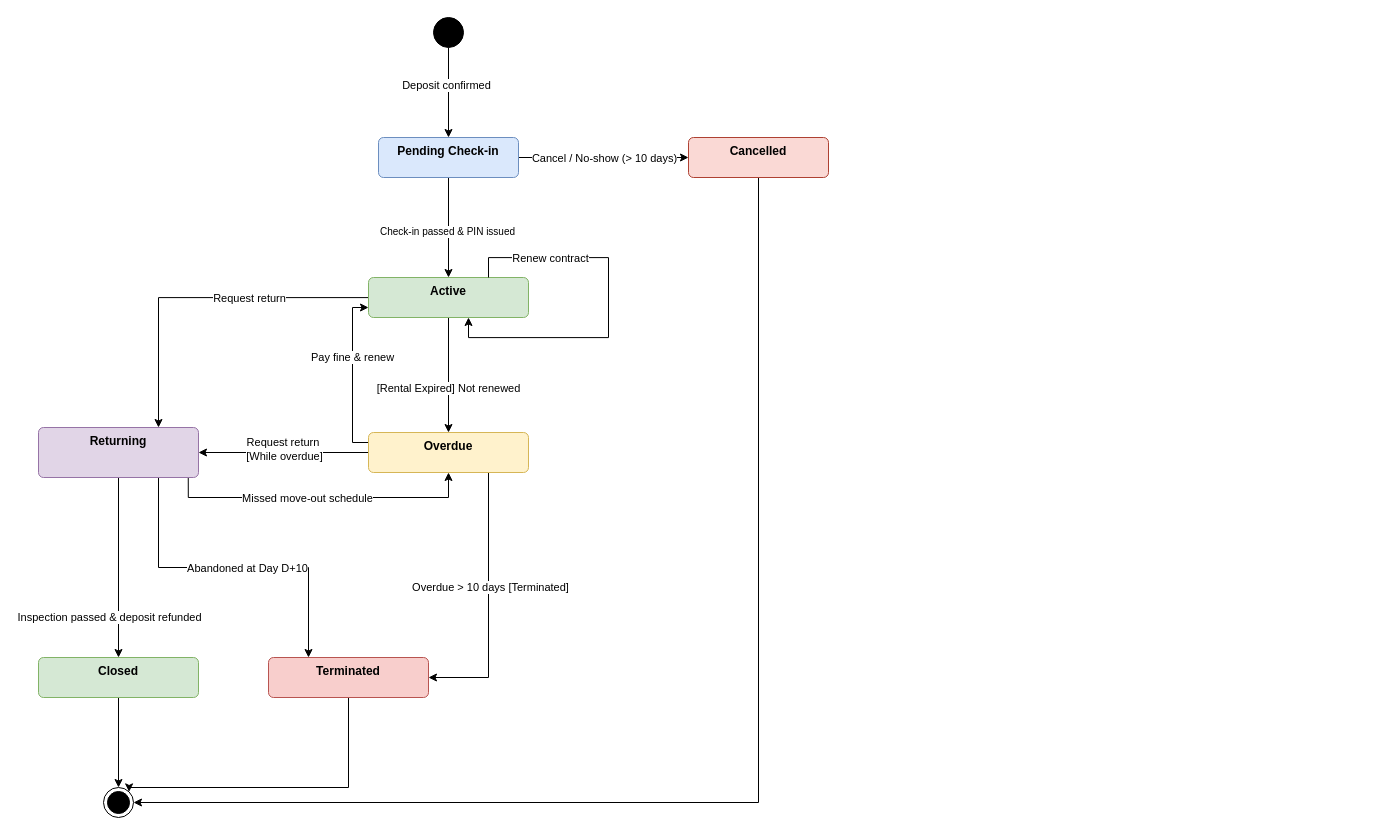
This is docs/diagrams/report/drawio/state-machine-rental-contract.drawio from Nguyen-Van-Gia-Binh/Self-Storage-Facility-Rental-and-Management-System, a draw.io file, before an edit. Source tidied: cells renumbered, new cells numbered last; positions are measured from the earlier drawing's top-left corner, leaving out a move shared by most shapes. Both pictures are drawn from the tidied source at 100%, with x=0, y=0 at pixel (38, 17).
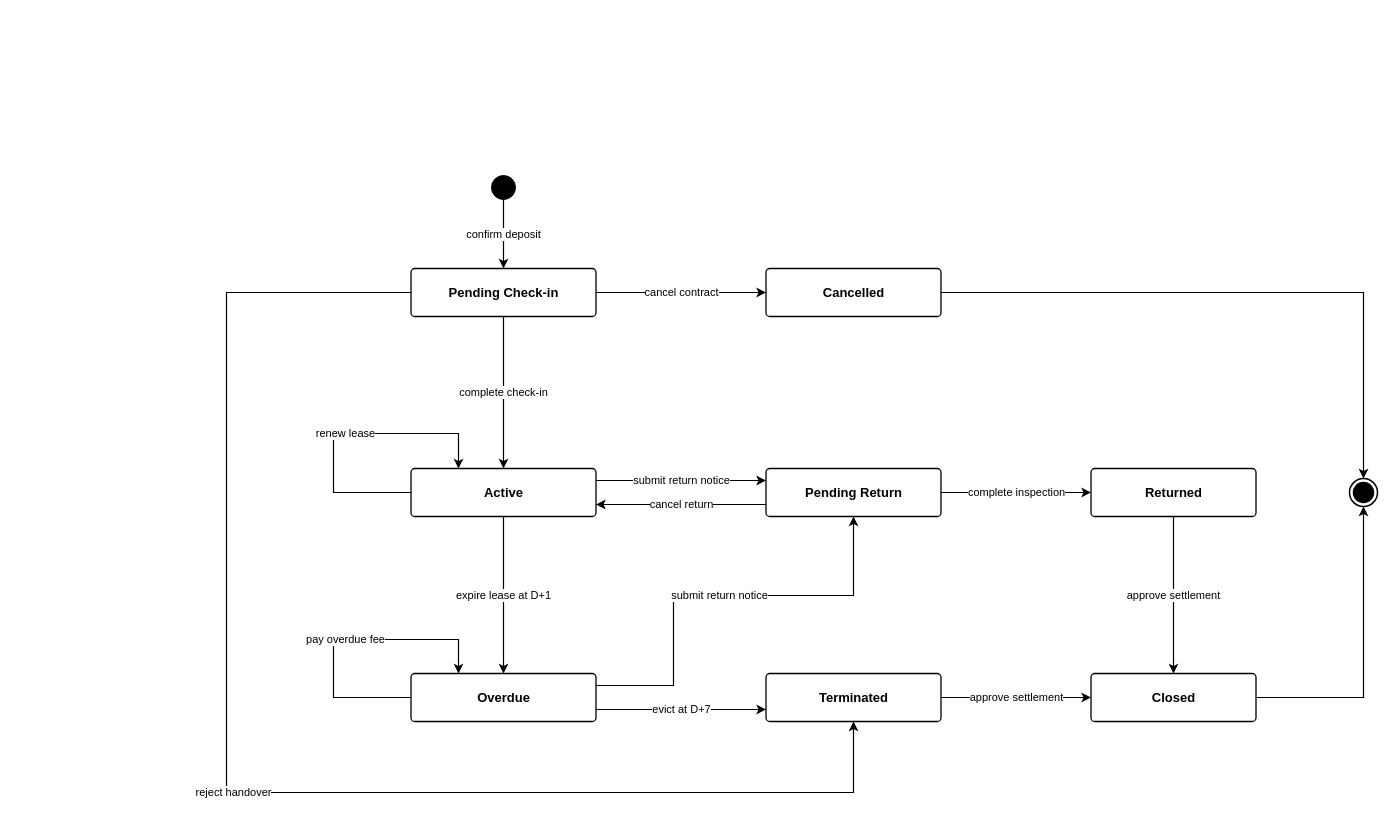
Above is the later version.

The edit, as a diff of the source:
```diff
@@
+    <mxCell id="38" style="ellipse;whiteSpace=wrap;html=1;fillColor=#000000;strokeColor=#000000;" parent="1" vertex="1">
+      <mxGeometry x="453" y="158" width="24" height="24" as="geometry" />
+    </mxCell>
+    <mxCell id="6" value="Pending Check-in" style="rounded=1;arcSize=8;whiteSpace=wrap;html=1;fillColor=#ffffff;strokeColor=#000000;strokeWidth=1.3;fontFamily=Arial;fontSize=13;fontStyle=1;fontColor=#000000;align=center;verticalAlign=middle;" parent="1" vertex="1">
+      <mxGeometry x="372.5" y="251" width="185" height="48" as="geometry" />
+    </mxCell>
+    <mxCell id="11" value="Cancelled" style="rounded=1;arcSize=8;whiteSpace=wrap;html=1;fillColor=#ffffff;strokeColor=#000000;strokeWidth=1.3;fontFamily=Arial;fontSize=13;fontStyle=1;fontColor=#000000;align=center;verticalAlign=middle;" parent="1" vertex="1">
+      <mxGeometry x="727.5" y="251" width="175" height="48" as="geometry" />
+    </mxCell>
+    <mxCell id="16" value="Active" style="rounded=1;arcSize=8;whiteSpace=wrap;html=1;fillColor=#ffffff;strokeColor=#000000;strokeWidth=1.3;fontFamily=Arial;fontSize=13;fontStyle=1;fontColor=#000000;align=center;verticalAlign=middle;" parent="1" vertex="1">
+      <mxGeometry x="372.5" y="451" width="185" height="48" as="geometry" />
+    </mxCell>
+    <mxCell id="39" value="Pending Return" style="rounded=1;arcSize=8;whiteSpace=wrap;html=1;fillColor=#ffffff;strokeColor=#000000;strokeWidth=1.3;fontFamily=Arial;fontSize=13;fontStyle=1;fontColor=#000000;align=center;verticalAlign=middle;" parent="1" vertex="1">
+      <mxGeometry x="727.5" y="451" width="175" height="48" as="geometry" />
+    </mxCell>
+    <mxCell id="40" value="Returned" style="rounded=1;arcSize=8;whiteSpace=wrap;html=1;fillColor=#ffffff;strokeColor=#000000;strokeWidth=1.3;fontFamily=Arial;fontSize=13;fontStyle=1;fontColor=#000000;align=center;verticalAlign=middle;" parent="1" vertex="1">
+      <mxGeometry x="1052.5" y="451" width="165" height="48" as="geometry" />
+    </mxCell>
+    <mxCell id="23" value="Overdue" style="rounded=1;arcSize=8;whiteSpace=wrap;html=1;fillColor=#ffffff;strokeColor=#000000;strokeWidth=1.3;fontFamily=Arial;fontSize=13;fontStyle=1;fontColor=#000000;align=center;verticalAlign=middle;" parent="1" vertex="1">
+      <mxGeometry x="372.5" y="656" width="185" height="48" as="geometry" />
+    </mxCell>
+    <mxCell id="34" value="Terminated" style="rounded=1;arcSize=8;whiteSpace=wrap;html=1;fillColor=#ffffff;strokeColor=#000000;strokeWidth=1.3;fontFamily=Arial;fontSize=13;fontStyle=1;fontColor=#000000;align=center;verticalAlign=middle;" parent="1" vertex="1">
+      <mxGeometry x="727.5" y="656" width="175" height="48" as="geometry" />
+    </mxCell>
+    <mxCell id="32" value="Closed" style="rounded=1;arcSize=8;whiteSpace=wrap;html=1;fillColor=#ffffff;strokeColor=#000000;strokeWidth=1.3;fontFamily=Arial;fontSize=13;fontStyle=1;fontColor=#000000;align=center;verticalAlign=middle;" parent="1" vertex="1">
+      <mxGeometry x="1052.5" y="656" width="165" height="48" as="geometry" />
+    </mxCell>
+    <mxCell id="41" style="ellipse;html=1;shape=endState;fillColor=#000000;strokeColor=#000000;strokeWidth=1.5;" parent="1" vertex="1">
+      <mxGeometry x="1311" y="461" width="28" height="28" as="geometry" />
+    </mxCell>
+    <mxCell id="42" value="confirm deposit" style="edgeStyle=orthogonalEdgeStyle;rounded=0;jettySize=auto;html=1;exitX=0.5;exitY=1;exitDx=0;exitDy=0;entryX=0.5;entryY=0;entryDx=0;entryDy=0;strokeColor=#000000;strokeWidth=1.2;endArrow=classic;endFill=1;fontFamily=Arial;fontSize=11;fontColor=#000000;labelBackgroundColor=#ffffff;labelBorderColor=none;" parent="1" edge="1" source="38" target="6">
+      <mxGeometry relative="1" as="geometry" />
+    </mxCell>
-    <mxCell id="2" style="edgeStyle=orthogonalEdgeStyle;rounded=0;jettySize=auto;html=1;" parent="1" edge="1" source="6" target="11">
+    <mxCell id="2" value="cancel contract" style="edgeStyle=orthogonalEdgeStyle;rounded=0;jettySize=auto;html=1;exitX=1;exitY=0.5;exitDx=0;exitDy=0;entryX=0;entryY=0.5;entryDx=0;entryDy=0;strokeColor=#000000;strokeWidth=1.2;endArrow=classic;endFill=1;fontFamily=Arial;fontSize=11;fontColor=#000000;labelBackgroundColor=#ffffff;labelBorderColor=none;" parent="1" edge="1" source="6" target="11">
       <mxGeometry relative="1" as="geometry" />
     </mxCell>
-    <mxCell id="3" value="Cancel / No-show (&gt; 10 days)" style="edgeLabel;html=1;align=center;verticalAlign=middle;" parent="2" vertex="1">
-      <mxGeometry x="-0.01" relative="1" as="geometry">
-        <mxPoint x="1" as="offset" />
-      </mxGeometry>
-    </mxCell>
+    <mxCell id="43" value="reject handover" style="edgeStyle=orthogonalEdgeStyle;rounded=0;jettySize=auto;html=1;exitX=0;exitY=0.5;exitDx=0;exitDy=0;entryX=0.5;entryY=1;entryDx=0;entryDy=0;strokeColor=#000000;strokeWidth=1.2;endArrow=classic;endFill=1;fontFamily=Arial;fontSize=11;fontColor=#000000;labelBackgroundColor=#ffffff;labelBorderColor=none;" parent="1" edge="1" source="6" target="34">
+      <mxGeometry relative="1" as="geometry">
+        <Array as="points">
+          <mxPoint x="188" y="275" />
+          <mxPoint x="188" y="775" />
+          <mxPoint x="815" y="775" />
+        </Array>
+      </mxGeometry>
+    </mxCell>
-    <mxCell id="4" style="edgeStyle=orthogonalEdgeStyle;rounded=0;jettySize=auto;html=1;entryX=0.5;entryY=0;entryDx=0;entryDy=0;" parent="1" edge="1" source="6" target="16">
+    <mxCell id="4" value="complete check-in" style="edgeStyle=orthogonalEdgeStyle;rounded=0;jettySize=auto;html=1;exitX=0.5;exitY=1;exitDx=0;exitDy=0;entryX=0.5;entryY=0;entryDx=0;entryDy=0;strokeColor=#000000;strokeWidth=1.2;endArrow=classic;endFill=1;fontFamily=Arial;fontSize=11;fontColor=#000000;labelBackgroundColor=#ffffff;labelBorderColor=none;" parent="1" edge="1" source="6" target="16">
       <mxGeometry relative="1" as="geometry" />
     </mxCell>
-    <mxCell id="5" value="Check-in passed &amp;amp; PIN issued" style="edgeLabel;html=1;align=center;verticalAlign=middle;fontSize=10;" parent="4" vertex="1">
-      <mxGeometry x="0.05" y="-2" relative="1" as="geometry" />
-    </mxCell>
-    <mxCell id="6" value="&lt;b&gt;Pending Check-in&lt;/b&gt;" style="html=1;align=center;verticalAlign=top;rounded=1;absoluteArcSize=1;arcSize=10;dashed=0;whiteSpace=wrap;fillColor=#dae8fc;strokeColor=#6c8ebf;" parent="1" vertex="1">
-      <mxGeometry x="340" y="120" width="140" height="40" as="geometry" />
-    </mxCell>
-    <mxCell id="7" style="edgeStyle=orthogonalEdgeStyle;rounded=0;jettySize=auto;html=1;entryX=0.5;entryY=0;entryDx=0;entryDy=0;" parent="1" edge="1" source="9" target="6">
-      <mxGeometry relative="1" as="geometry" />
-    </mxCell>
-    <mxCell id="8" value="Deposit confirmed" style="edgeLabel;html=1;align=center;verticalAlign=middle;" parent="7" vertex="1">
-      <mxGeometry x="-0.18" y="-3" relative="1" as="geometry" />
-    </mxCell>
-    <mxCell id="9" style="ellipse;fillColor=strokeColor;html=1;" parent="1" vertex="1">
-      <mxGeometry x="395" width="30" height="30" as="geometry" />
-    </mxCell>
-    <mxCell id="10" style="edgeStyle=orthogonalEdgeStyle;rounded=0;jettySize=auto;html=1;libavoidRouting=1;entryX=1;entryY=0.5;entryDx=0;entryDy=0;" parent="1" edge="1" source="11" target="37">
-      <mxGeometry relative="1" as="geometry">
-        <Array as="points">
-          <mxPoint x="720" y="785" />
-        </Array>
-      </mxGeometry>
-    </mxCell>
-    <mxCell id="11" value="&lt;b&gt;Cancelled&lt;/b&gt;" style="html=1;align=center;verticalAlign=top;rounded=1;absoluteArcSize=1;arcSize=10;dashed=0;whiteSpace=wrap;fillColor=#fad9d5;strokeColor=#ae4132;" parent="1" vertex="1">
-      <mxGeometry x="650" y="120" width="140" height="40" as="geometry" />
-    </mxCell>
+    <mxCell id="35" value="renew lease" style="edgeStyle=orthogonalEdgeStyle;rounded=0;orthogonalLoop=1;jettySize=auto;html=1;exitX=0;exitY=0.5;exitDx=0;exitDy=0;entryX=0.25675675675675674;entryY=0;entryDx=0;entryDy=0;strokeColor=#000000;strokeWidth=1.2;endArrow=classic;endFill=1;fontFamily=Arial;fontSize=11;fontColor=#000000;labelBackgroundColor=#ffffff;labelBorderColor=none;" parent="1" edge="1" source="16" target="16">
+      <mxGeometry relative="1" as="geometry">
+        <Array as="points">
+          <mxPoint x="295" y="475" />
+          <mxPoint x="295" y="416" />
+          <mxPoint x="420" y="416" />
+        </Array>
+      </mxGeometry>
+    </mxCell>
+    <mxCell id="44" value="submit return notice" style="edgeStyle=orthogonalEdgeStyle;rounded=0;jettySize=auto;html=1;exitX=1;exitY=0.25;exitDx=0;exitDy=0;entryX=0;entryY=0.25;entryDx=0;entryDy=0;strokeColor=#000000;strokeWidth=1.2;endArrow=classic;endFill=1;fontFamily=Arial;fontSize=11;fontColor=#000000;labelBackgroundColor=#ffffff;labelBorderColor=none;" parent="1" edge="1" source="16" target="39">
+      <mxGeometry relative="1" as="geometry" />
+    </mxCell>
+    <mxCell id="45" value="cancel return" style="edgeStyle=orthogonalEdgeStyle;rounded=0;jettySize=auto;html=1;exitX=0;exitY=0.75;exitDx=0;exitDy=0;entryX=1;entryY=0.75;entryDx=0;entryDy=0;strokeColor=#000000;strokeWidth=1.2;endArrow=classic;endFill=1;fontFamily=Arial;fontSize=11;fontColor=#000000;labelBackgroundColor=#ffffff;labelBorderColor=none;" parent="1" edge="1" source="39" target="16">
+      <mxGeometry relative="1" as="geometry" />
+    </mxCell>
+    <mxCell id="46" value="complete inspection" style="edgeStyle=orthogonalEdgeStyle;rounded=0;jettySize=auto;html=1;exitX=1;exitY=0.5;exitDx=0;exitDy=0;entryX=0;entryY=0.5;entryDx=0;entryDy=0;strokeColor=#000000;strokeWidth=1.2;endArrow=classic;endFill=1;fontFamily=Arial;fontSize=11;fontColor=#000000;labelBackgroundColor=#ffffff;labelBorderColor=none;" parent="1" edge="1" source="39" target="40">
+      <mxGeometry relative="1" as="geometry" />
+    </mxCell>
+    <mxCell id="47" value="approve settlement" style="edgeStyle=orthogonalEdgeStyle;rounded=0;jettySize=auto;html=1;exitX=0.5;exitY=1;exitDx=0;exitDy=0;entryX=0.5;entryY=0;entryDx=0;entryDy=0;strokeColor=#000000;strokeWidth=1.2;endArrow=classic;endFill=1;fontFamily=Arial;fontSize=11;fontColor=#000000;labelBackgroundColor=#ffffff;labelBorderColor=none;" parent="1" edge="1" source="40" target="32">
+      <mxGeometry relative="1" as="geometry" />
+    </mxCell>
-    <mxCell id="12" style="edgeStyle=orthogonalEdgeStyle;rounded=0;jettySize=auto;html=1;entryX=0.5;entryY=0;entryDx=0;entryDy=0;" parent="1" edge="1" source="16" target="23">
+    <mxCell id="12" value="expire lease at D+1" style="edgeStyle=orthogonalEdgeStyle;rounded=0;jettySize=auto;html=1;exitX=0.5;exitY=1;exitDx=0;exitDy=0;entryX=0.5;entryY=0;entryDx=0;entryDy=0;strokeColor=#000000;strokeWidth=1.2;endArrow=classic;endFill=1;fontFamily=Arial;fontSize=11;fontColor=#000000;labelBackgroundColor=#ffffff;labelBorderColor=none;" parent="1" edge="1" source="16" target="23">
       <mxGeometry relative="1" as="geometry" />
     </mxCell>
-    <mxCell id="13" value="[Rental Expired] Not renewed" style="edgeLabel;html=1;align=center;verticalAlign=middle;" parent="12" vertex="1">
-      <mxGeometry x="-0.14" y="-1" relative="1" as="geometry">
-        <mxPoint y="21" as="offset" />
-      </mxGeometry>
-    </mxCell>
-    <mxCell id="14" style="edgeStyle=orthogonalEdgeStyle;rounded=0;jettySize=auto;html=1;exitX=0;exitY=0.25;exitDx=0;exitDy=0;entryX=0.75;entryY=0;entryDx=0;entryDy=0;" parent="1" edge="1" source="16" target="30">
-      <mxGeometry relative="1" as="geometry">
-        <Array as="points">
-          <mxPoint x="330" y="280.1" />
-          <mxPoint x="120" y="280.1" />
-        </Array>
-      </mxGeometry>
-    </mxCell>
-    <mxCell id="15" value="Request return" style="edgeLabel;html=1;align=center;verticalAlign=middle;" parent="14" vertex="1">
-      <mxGeometry x="-0.22" y="-1" relative="1" as="geometry">
-        <mxPoint x="7" y="1" as="offset" />
-      </mxGeometry>
-    </mxCell>
-    <mxCell id="16" value="&lt;b&gt;Active&lt;/b&gt;" style="html=1;align=center;verticalAlign=top;rounded=1;absoluteArcSize=1;arcSize=10;dashed=0;whiteSpace=wrap;fillColor=#d5e8d4;strokeColor=#82b366;" parent="1" vertex="1">
-      <mxGeometry x="330" y="260" width="160" height="40" as="geometry" />
-    </mxCell>
-    <mxCell id="17" style="edgeStyle=orthogonalEdgeStyle;rounded=0;jettySize=auto;html=1;exitX=0;exitY=0.25;exitDx=0;exitDy=0;entryX=0;entryY=0.75;entryDx=0;entryDy=0;" parent="1" edge="1" source="23" target="16">
-      <mxGeometry relative="1" as="geometry">
-        <Array as="points">
-          <mxPoint x="314" y="425" />
-          <mxPoint x="314" y="290" />
-        </Array>
-      </mxGeometry>
-    </mxCell>
-    <mxCell id="18" value="Pay fine &amp;amp; renew" style="edgeLabel;html=1;align=center;verticalAlign=middle;" parent="17" vertex="1">
-      <mxGeometry x="0.22" y="1" relative="1" as="geometry" />
-    </mxCell>
-    <mxCell id="19" style="edgeStyle=orthogonalEdgeStyle;rounded=0;jettySize=auto;html=1;entryX=1;entryY=0.5;entryDx=0;entryDy=0;" parent="1" edge="1" source="23" target="30">
-      <mxGeometry relative="1" as="geometry" />
-    </mxCell>
-    <mxCell id="20" value="Request return&amp;nbsp;&lt;div&gt;[While overdue]&lt;/div&gt;" style="edgeLabel;html=1;align=center;verticalAlign=middle;" parent="19" vertex="1">
-      <mxGeometry y="-4" relative="1" as="geometry" />
-    </mxCell>
+    <mxCell id="48" value="pay overdue fee" style="edgeStyle=orthogonalEdgeStyle;rounded=0;orthogonalLoop=1;jettySize=auto;html=1;exitX=0;exitY=0.5;exitDx=0;exitDy=0;entryX=0.25675675675675674;entryY=0;entryDx=0;entryDy=0;strokeColor=#000000;strokeWidth=1.2;endArrow=classic;endFill=1;fontFamily=Arial;fontSize=11;fontColor=#000000;labelBackgroundColor=#ffffff;labelBorderColor=none;" parent="1" edge="1" source="23" target="23">
+      <mxGeometry relative="1" as="geometry">
+        <Array as="points">
+          <mxPoint x="295" y="680" />
+          <mxPoint x="295" y="622" />
+          <mxPoint x="420" y="622" />
+        </Array>
+      </mxGeometry>
+    </mxCell>
+    <mxCell id="49" value="submit return notice" style="edgeStyle=orthogonalEdgeStyle;rounded=0;jettySize=auto;html=1;exitX=1;exitY=0.25;exitDx=0;exitDy=0;entryX=0.5;entryY=1;entryDx=0;entryDy=0;strokeColor=#000000;strokeWidth=1.2;endArrow=classic;endFill=1;fontFamily=Arial;fontSize=11;fontColor=#000000;labelBackgroundColor=#ffffff;labelBorderColor=none;" parent="1" edge="1" source="23" target="39">
+      <mxGeometry relative="1" as="geometry">
+        <Array as="points">
+          <mxPoint x="635" y="668" />
+          <mxPoint x="635" y="578" />
+          <mxPoint x="815" y="578" />
+        </Array>
+      </mxGeometry>
+    </mxCell>
-    <mxCell id="21" style="edgeStyle=orthogonalEdgeStyle;rounded=0;jettySize=auto;html=1;exitX=0.75;exitY=1;exitDx=0;exitDy=0;entryX=1;entryY=0.5;entryDx=0;entryDy=0;" parent="1" edge="1" source="23" target="34">
+    <mxCell id="21" value="evict at D+7" style="edgeStyle=orthogonalEdgeStyle;rounded=0;jettySize=auto;html=1;exitX=1;exitY=0.75;exitDx=0;exitDy=0;entryX=0;entryY=0.75;entryDx=0;entryDy=0;strokeColor=#000000;strokeWidth=1.2;endArrow=classic;endFill=1;fontFamily=Arial;fontSize=11;fontColor=#000000;labelBackgroundColor=#ffffff;labelBorderColor=none;" parent="1" edge="1" source="23" target="34">
       <mxGeometry relative="1" as="geometry" />
     </mxCell>
-    <mxCell id="22" value="Overdue &gt; 10 days [Terminated]" style="edgeLabel;html=1;align=center;verticalAlign=middle;" parent="21" vertex="1">
-      <mxGeometry x="-0.14" y="1" relative="1" as="geometry" />
-    </mxCell>
-    <mxCell id="23" value="&lt;b&gt;Overdue&lt;/b&gt;" style="html=1;align=center;verticalAlign=top;rounded=1;absoluteArcSize=1;arcSize=10;dashed=0;whiteSpace=wrap;fillColor=#fff2cc;strokeColor=#d6b656;" parent="1" vertex="1">
-      <mxGeometry x="330" y="415" width="160" height="40" as="geometry" />
-    </mxCell>
-    <mxCell id="24" style="edgeStyle=orthogonalEdgeStyle;rounded=0;jettySize=auto;html=1;entryX=0.5;entryY=1;entryDx=0;entryDy=0;exitX=0.936;exitY=1.004;exitDx=0;exitDy=0;exitPerimeter=0;" parent="1" edge="1" source="30" target="23">
-      <mxGeometry relative="1" as="geometry">
-        <Array as="points">
-          <mxPoint x="149.8" y="480" />
-          <mxPoint x="410" y="480" />
-        </Array>
-      </mxGeometry>
-    </mxCell>
-    <mxCell id="25" value="Missed move-out schedule" style="edgeLabel;html=1;align=center;verticalAlign=middle;" parent="24" vertex="1">
-      <mxGeometry x="-0.09" relative="1" as="geometry" />
-    </mxCell>
-    <mxCell id="26" style="edgeStyle=orthogonalEdgeStyle;rounded=0;jettySize=auto;html=1;exitX=0.75;exitY=1;exitDx=0;exitDy=0;entryX=0.25;entryY=0;entryDx=0;entryDy=0;" parent="1" edge="1" source="30" target="34">
-      <mxGeometry relative="1" as="geometry" />
-    </mxCell>
-    <mxCell id="27" value="Abandoned at Day D+10" style="edgeLabel;html=1;align=center;verticalAlign=middle;" parent="26" vertex="1">
-      <mxGeometry x="0.07" relative="1" as="geometry">
-        <mxPoint x="1" as="offset" />
-      </mxGeometry>
-    </mxCell>
-    <mxCell id="28" style="edgeStyle=orthogonalEdgeStyle;rounded=0;jettySize=auto;html=1;entryX=0.5;entryY=0;entryDx=0;entryDy=0;" parent="1" edge="1" source="30" target="32">
-      <mxGeometry relative="1" as="geometry" />
-    </mxCell>
-    <mxCell id="29" value="Inspection passed &amp;amp; deposit refunded" style="edgeLabel;html=1;align=center;verticalAlign=middle;" parent="28" vertex="1">
-      <mxGeometry x="-0.14" y="2" relative="1" as="geometry">
-        <mxPoint x="-12" y="62" as="offset" />
-      </mxGeometry>
-    </mxCell>
-    <mxCell id="30" value="&lt;b&gt;Returning&lt;/b&gt;" style="html=1;align=center;verticalAlign=top;rounded=1;absoluteArcSize=1;arcSize=10;dashed=0;whiteSpace=wrap;fillColor=#e1d5e7;strokeColor=#9673a6;" parent="1" vertex="1">
-      <mxGeometry y="410" width="160" height="50" as="geometry" />
-    </mxCell>
-    <mxCell id="31" style="edgeStyle=orthogonalEdgeStyle;rounded=0;jettySize=auto;html=1;entryX=0.5;entryY=0;entryDx=0;entryDy=0;" parent="1" edge="1" source="32" target="37">
-      <mxGeometry relative="1" as="geometry" />
-    </mxCell>
-    <mxCell id="32" value="&lt;b&gt;Closed&lt;/b&gt;" style="html=1;align=center;verticalAlign=top;rounded=1;absoluteArcSize=1;arcSize=10;dashed=0;whiteSpace=wrap;fillColor=#d5e8d4;strokeColor=#82b366;" parent="1" vertex="1">
-      <mxGeometry y="640" width="160" height="40" as="geometry" />
-    </mxCell>
-    <mxCell id="33" style="edgeStyle=orthogonalEdgeStyle;rounded=0;jettySize=auto;html=1;libavoidRouting=1;entryX=1;entryY=0;entryDx=0;entryDy=0;" parent="1" edge="1" source="34" target="37">
-      <mxGeometry relative="1" as="geometry">
-        <Array as="points">
-          <mxPoint x="310" y="770" />
-        </Array>
-      </mxGeometry>
-    </mxCell>
-    <mxCell id="34" value="&lt;b&gt;Terminated&lt;/b&gt;" style="html=1;align=center;verticalAlign=top;rounded=1;absoluteArcSize=1;arcSize=10;dashed=0;whiteSpace=wrap;fillColor=#f8cecc;strokeColor=#b85450;" parent="1" vertex="1">
-      <mxGeometry x="230" y="640" width="160" height="40" as="geometry" />
-    </mxCell>
-    <mxCell id="35" style="edgeStyle=orthogonalEdgeStyle;rounded=0;orthogonalLoop=1;jettySize=auto;html=1;innerLoopWaypoints=1;exitX=0.75;exitY=0;exitDx=0;exitDy=0;entryX=0.625;entryY=1;entryDx=0;entryDy=0;entryPerimeter=0;" parent="1" edge="1" source="16" target="16">
-      <mxGeometry relative="1" as="geometry">
-        <Array as="points">
-          <mxPoint x="450" y="240.1" />
-          <mxPoint x="570" y="240.1" />
-          <mxPoint x="570" y="320.1" />
-          <mxPoint x="430" y="320.1" />
-        </Array>
-      </mxGeometry>
-    </mxCell>
-    <mxCell id="36" value="Renew contract" style="edgeLabel;html=1;align=center;verticalAlign=middle;" parent="35" vertex="1">
-      <mxGeometry x="-0.66" y="-1" relative="1" as="geometry">
-        <mxPoint x="16" y="-1" as="offset" />
-      </mxGeometry>
-    </mxCell>
-    <mxCell id="37" style="ellipse;html=1;shape=endState;fillColor=strokeColor;" parent="1" vertex="1">
-      <mxGeometry x="65" y="770" width="30" height="30" as="geometry" />
-    </mxCell>
+    <mxCell id="50" value="approve settlement" style="edgeStyle=orthogonalEdgeStyle;rounded=0;jettySize=auto;html=1;exitX=1;exitY=0.5;exitDx=0;exitDy=0;entryX=0;entryY=0.5;entryDx=0;entryDy=0;strokeColor=#000000;strokeWidth=1.2;endArrow=classic;endFill=1;fontFamily=Arial;fontSize=11;fontColor=#000000;labelBackgroundColor=#ffffff;labelBorderColor=none;" parent="1" edge="1" source="34" target="32">
+      <mxGeometry relative="1" as="geometry" />
+    </mxCell>
+    <mxCell id="51" style="edgeStyle=orthogonalEdgeStyle;rounded=0;jettySize=auto;html=1;exitX=1;exitY=0.5;exitDx=0;exitDy=0;entryX=0.5;entryY=0;entryDx=0;entryDy=0;strokeColor=#000000;strokeWidth=1.2;endArrow=classic;endFill=1;fontFamily=Arial;fontSize=11;fontColor=#000000;labelBackgroundColor=#ffffff;labelBorderColor=none;" parent="1" edge="1" source="11" target="41">
+      <mxGeometry relative="1" as="geometry">
+        <Array as="points">
+          <mxPoint x="1325" y="275" />
+        </Array>
+      </mxGeometry>
+    </mxCell>
+    <mxCell id="52" style="edgeStyle=orthogonalEdgeStyle;rounded=0;jettySize=auto;html=1;exitX=1;exitY=0.5;exitDx=0;exitDy=0;entryX=0.5;entryY=1;entryDx=0;entryDy=0;strokeColor=#000000;strokeWidth=1.2;endArrow=classic;endFill=1;fontFamily=Arial;fontSize=11;fontColor=#000000;labelBackgroundColor=#ffffff;labelBorderColor=none;" parent="1" edge="1" source="32" target="41">
+      <mxGeometry relative="1" as="geometry">
+        <Array as="points">
+          <mxPoint x="1325" y="680" />
+        </Array>
+      </mxGeometry>
+    </mxCell>
```
